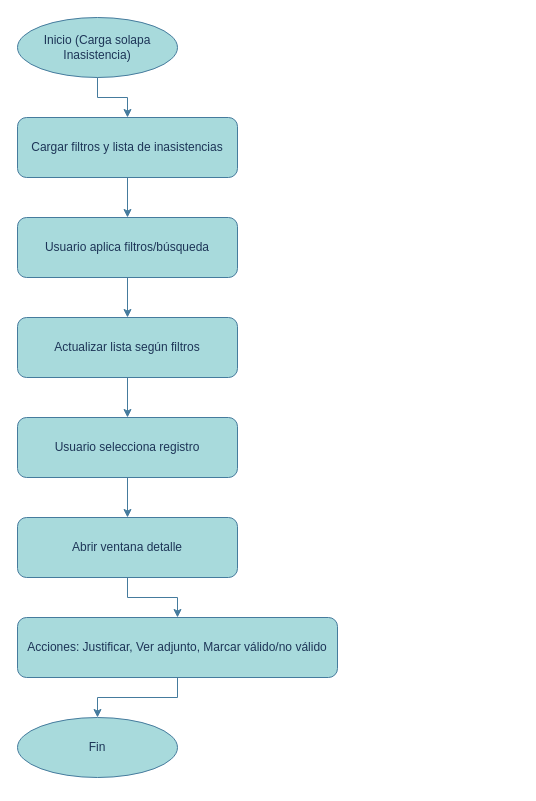
This is page "Solapa Inasistencia" (3 of 7) of Flujos_en _Bot.drawio from gavalle2024/Diagramas-de-Flujos, a draw.io file, before an edit. Source tidied: cells renumbered, new cells numbered last; positions are measured from the earlier drawing's top-left corner, leaving out a move shared by most shapes. Both pictures are drawn from the tidied source at 100%, with x=0, y=0 at pixel (17, 17).
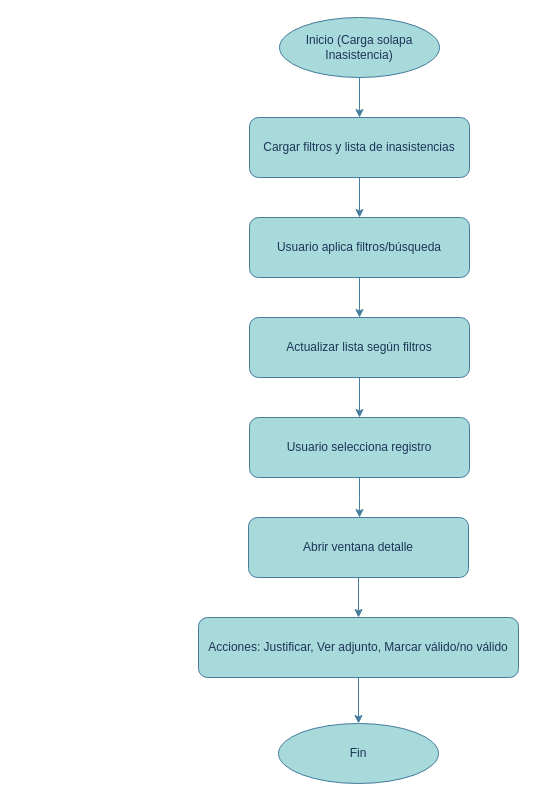
The same page after the edit.

Change to the diagram source:
```diff
@@
 <mxGraphModel>
   <root>
     <mxCell id="0" />
     <mxCell id="1" parent="0" />
     <mxCell id="2" value="Inicio (Carga solapa Inasistencia)" style="ellipse;whiteSpace=wrap;html=1;labelBackgroundColor=none;fillColor=#A8DADC;strokeColor=#457B9D;fontColor=#1D3557;" parent="1" vertex="1">
-      <mxGeometry width="160" height="60" as="geometry" />
+      <mxGeometry x="262" width="160" height="60" as="geometry" />
     </mxCell>
     <mxCell id="3" value="Cargar filtros y lista de inasistencias" style="rounded=1;whiteSpace=wrap;html=1;labelBackgroundColor=none;fillColor=#A8DADC;strokeColor=#457B9D;fontColor=#1D3557;" parent="1" vertex="1">
-      <mxGeometry y="100" width="220" height="60" as="geometry" />
+      <mxGeometry x="232" y="100" width="220" height="60" as="geometry" />
     </mxCell>
     <mxCell id="4" value="Usuario aplica filtros/búsqueda" style="rounded=1;whiteSpace=wrap;html=1;labelBackgroundColor=none;fillColor=#A8DADC;strokeColor=#457B9D;fontColor=#1D3557;" parent="1" vertex="1">
-      <mxGeometry y="200" width="220" height="60" as="geometry" />
+      <mxGeometry x="232" y="200" width="220" height="60" as="geometry" />
     </mxCell>
     <mxCell id="5" value="Actualizar lista según filtros" style="rounded=1;whiteSpace=wrap;html=1;labelBackgroundColor=none;fillColor=#A8DADC;strokeColor=#457B9D;fontColor=#1D3557;" parent="1" vertex="1">
-      <mxGeometry y="300" width="220" height="60" as="geometry" />
+      <mxGeometry x="232" y="300" width="220" height="60" as="geometry" />
     </mxCell>
     <mxCell id="6" value="Usuario selecciona registro" style="rounded=1;whiteSpace=wrap;html=1;labelBackgroundColor=none;fillColor=#A8DADC;strokeColor=#457B9D;fontColor=#1D3557;" parent="1" vertex="1">
-      <mxGeometry y="400" width="220" height="60" as="geometry" />
+      <mxGeometry x="232" y="400" width="220" height="60" as="geometry" />
     </mxCell>
     <mxCell id="7" value="Abrir ventana detalle" style="rounded=1;whiteSpace=wrap;html=1;labelBackgroundColor=none;fillColor=#A8DADC;strokeColor=#457B9D;fontColor=#1D3557;" parent="1" vertex="1">
-      <mxGeometry y="500" width="220" height="60" as="geometry" />
+      <mxGeometry x="231" y="500" width="220" height="60" as="geometry" />
     </mxCell>
     <mxCell id="8" value="Acciones: Justificar, Ver adjunto, Marcar válido/no válido" style="rounded=1;whiteSpace=wrap;html=1;labelBackgroundColor=none;fillColor=#A8DADC;strokeColor=#457B9D;fontColor=#1D3557;" parent="1" vertex="1">
-      <mxGeometry y="600" width="320" height="60" as="geometry" />
+      <mxGeometry x="181" y="600" width="320" height="60" as="geometry" />
     </mxCell>
     <mxCell id="9" value="Fin" style="ellipse;whiteSpace=wrap;html=1;labelBackgroundColor=none;fillColor=#A8DADC;strokeColor=#457B9D;fontColor=#1D3557;" parent="1" vertex="1">
-      <mxGeometry y="700" width="160" height="60" as="geometry" />
+      <mxGeometry x="261" y="706" width="160" height="60" as="geometry" />
     </mxCell>
     <mxCell id="10" style="edgeStyle=orthogonalEdgeStyle;rounded=0;jettySize=auto;html=1;labelBackgroundColor=none;strokeColor=#457B9D;fontColor=default;" parent="1" edge="1" source="2" target="3">
       <mxGeometry relative="1" as="geometry" />
     </mxCell>
     <mxCell id="11" style="edgeStyle=orthogonalEdgeStyle;rounded=0;jettySize=auto;html=1;labelBackgroundColor=none;strokeColor=#457B9D;fontColor=default;" parent="1" edge="1" source="3" target="4">
       <mxGeometry relative="1" as="geometry" />
     </mxCell>
     <mxCell id="12" style="edgeStyle=orthogonalEdgeStyle;rounded=0;jettySize=auto;html=1;labelBackgroundColor=none;strokeColor=#457B9D;fontColor=default;" parent="1" edge="1" source="4" target="5">
       <mxGeometry relative="1" as="geometry" />
     </mxCell>
     <mxCell id="13" style="edgeStyle=orthogonalEdgeStyle;rounded=0;jettySize=auto;html=1;labelBackgroundColor=none;strokeColor=#457B9D;fontColor=default;" parent="1" edge="1" source="5" target="6">
       <mxGeometry relative="1" as="geometry" />
     </mxCell>
-    <mxCell id="14" style="edgeStyle=orthogonalEdgeStyle;rounded=0;jettySize=auto;html=1;labelBackgroundColor=none;strokeColor=#457B9D;fontColor=default;" parent="1" edge="1" source="6" target="7">
-      <mxGeometry relative="1" as="geometry" />
+    <mxCell id="14" style="edgeStyle=orthogonalEdgeStyle;rounded=0;jettySize=auto;html=1;labelBackgroundColor=none;strokeColor=#457B9D;fontColor=default;" parent="1" edge="1" source="6">
+      <mxGeometry relative="1" as="geometry">
+        <mxPoint x="342" y="500" as="targetPoint" />
+      </mxGeometry>
     </mxCell>
     <mxCell id="15" style="edgeStyle=orthogonalEdgeStyle;rounded=0;jettySize=auto;html=1;labelBackgroundColor=none;strokeColor=#457B9D;fontColor=default;" parent="1" edge="1" source="7" target="8">
       <mxGeometry relative="1" as="geometry" />
     </mxCell>
     <mxCell id="16" style="edgeStyle=orthogonalEdgeStyle;rounded=0;jettySize=auto;html=1;labelBackgroundColor=none;strokeColor=#457B9D;fontColor=default;" parent="1" edge="1" source="8" target="9">
       <mxGeometry relative="1" as="geometry" />
     </mxCell>
   </root>
 </mxGraphModel>
```
